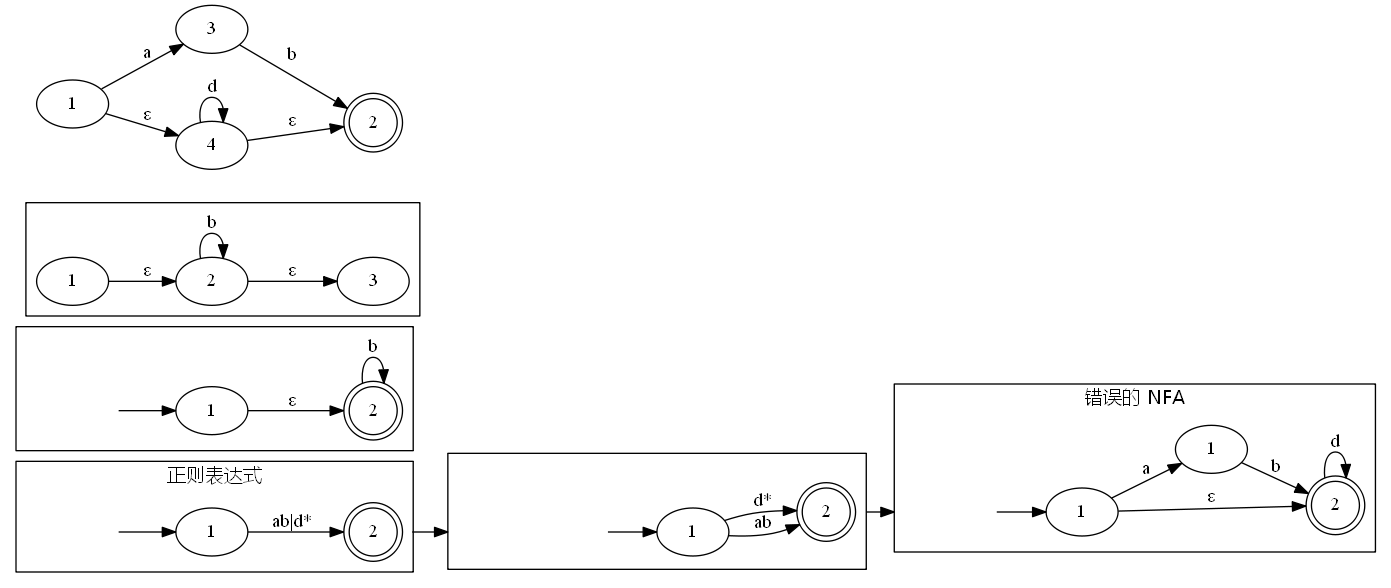
Above: img/2019/2019-03-21-re-to-nfa-wrong.png in Ynjxsjmh/ynjxsjmh.github.io (Graphviz), before the change. Its source is kept beside it as img/2019/2019-03-21-re-to-nfa-wrong.dot. The source it was exported from:
```dot
digraph G {
    rankdir = "LR";
    compound=true;
    node [type=circle];

    fontname="Microsoft Yahei"

    subgraph cluster1 {
        label = "正则表达式";
        begin1 [style=invis];
        cluster1One [label="1"];
        cluster1Two [label="2" shape=doublecircle];
        begin1 -> cluster1One;
        cluster1One -> cluster1Two [label="ab|d*"];
    }

    subgraph cluster2 {
        label = "错误的 NFA";
        cluster2One [label="1"];
        cluster2Two [label="2" shape=doublecircle];
        cluster2OnePlus [label="1"]
        begin2 [style=invis];
        begin2 -> cluster2One;

        cluster2One -> cluster2OnePlus [label="a"];
        cluster2One -> cluster2Two [label="ε"];
        cluster2OnePlus -> cluster2Two [label="b"];
        cluster2Two -> cluster2Two [label="d"];
    }

    subgraph clusterMiddle {
        beginMiddle [style=invis];
        clusterMiddleOne [label="1"];
        clusterMiddleTwo [label="2" shape="doublecircle"];
        beginMiddle -> clusterMiddleOne;
        clusterMiddleOne -> clusterMiddleTwo [label="ab"];
        clusterMiddleOne -> clusterMiddleTwo [label="d*"];
    }

    subgraph cluster3 {
        begin3 [style=invis];
        cluster3One [label="1"];
        cluster3Two [label="2" shape=doublecircle];
        begin3 -> cluster3One;
        cluster3One -> cluster3Two [label="ε"];
        cluster3Two -> cluster3Two [label="b"];
    }

    cluster1Two -> beginMiddle [ltail=cluster1 lhead=clusterMiddle];
    clusterMiddleTwo -> begin2 [ltail=clusterMiddle lhead=cluster2];


    subgraph clusterRight {
        clusterRight_one [label="1"];
        clusterRight_two [label="2"];
        clusterRight_three [label="3"];
        clusterRight_one -> clusterRight_two [label="ε"];
        clusterRight_two -> clusterRight_three [label="ε"];
        clusterRight_two -> clusterRight_two [label="b"];
    }

    subgraph NFARight {
        label = "正确的 NFA"
        NFARightOne [label="1"];
        NFARightTwo [label="2" shape=doublecircle];
        NFARightThree [label="3"];
        NFARightFour [label="4"];
        NFARightOne -> NFARightThree [label="a"];
        NFARightThree -> NFARightTwo [label="b"];
        NFARightOne -> NFARightFour [label="ε"];
        NFARightFour -> NFARightTwo [label="ε"];
        NFARightFour -> NFARightFour [label="d"];
    }

}
```
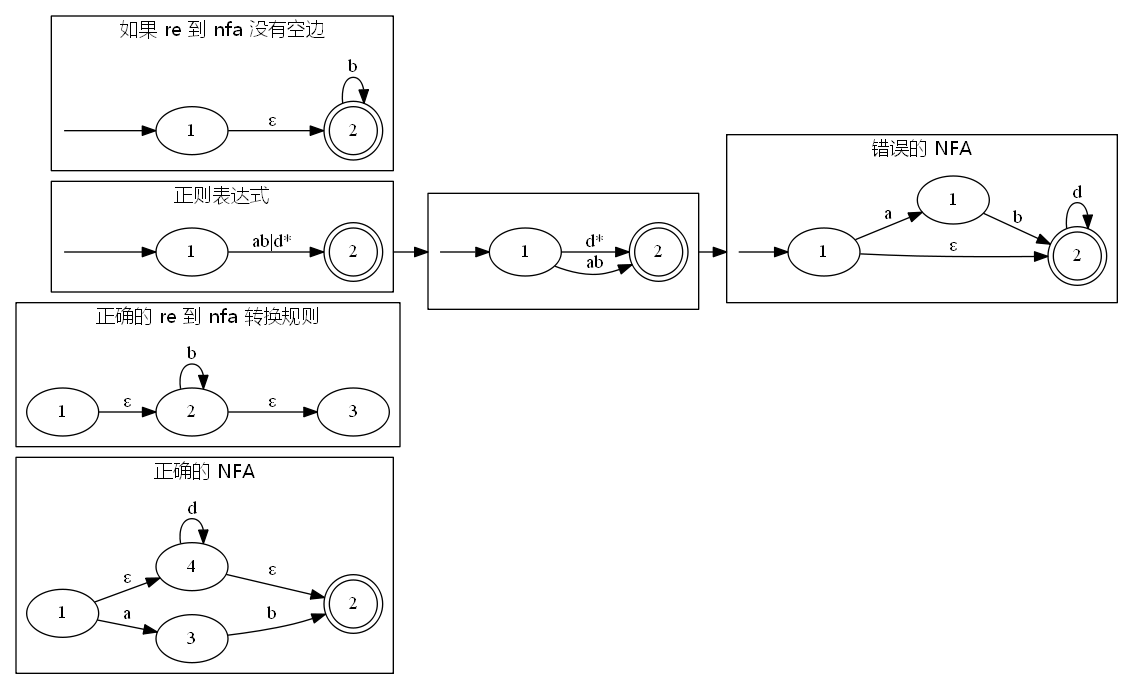
Above is the later version.

Diff of the diagram source:
```diff
@@ -5,61 +5,7 @@
 
     fontname="Microsoft Yahei"
 
-    subgraph cluster1 {
-        label = "正则表达式";
-        begin1 [style=invis];
-        cluster1One [label="1"];
-        cluster1Two [label="2" shape=doublecircle];
-        begin1 -> cluster1One;
-        cluster1One -> cluster1Two [label="ab|d*"];
-    }
-
-    subgraph cluster2 {
-        label = "错误的 NFA";
-        cluster2One [label="1"];
-        cluster2Two [label="2" shape=doublecircle];
-        cluster2OnePlus [label="1"]
-        begin2 [style=invis];
-        begin2 -> cluster2One;
-
-        cluster2One -> cluster2OnePlus [label="a"];
-        cluster2One -> cluster2Two [label="ε"];
-        cluster2OnePlus -> cluster2Two [label="b"];
-        cluster2Two -> cluster2Two [label="d"];
-    }
-
-    subgraph clusterMiddle {
-        beginMiddle [style=invis];
-        clusterMiddleOne [label="1"];
-        clusterMiddleTwo [label="2" shape="doublecircle"];
-        beginMiddle -> clusterMiddleOne;
-        clusterMiddleOne -> clusterMiddleTwo [label="ab"];
-        clusterMiddleOne -> clusterMiddleTwo [label="d*"];
-    }
-
-    subgraph cluster3 {
-        begin3 [style=invis];
-        cluster3One [label="1"];
-        cluster3Two [label="2" shape=doublecircle];
-        begin3 -> cluster3One;
-        cluster3One -> cluster3Two [label="ε"];
-        cluster3Two -> cluster3Two [label="b"];
-    }
-
-    cluster1Two -> beginMiddle [ltail=cluster1 lhead=clusterMiddle];
-    clusterMiddleTwo -> begin2 [ltail=clusterMiddle lhead=cluster2];
-
-
-    subgraph clusterRight {
-        clusterRight_one [label="1"];
-        clusterRight_two [label="2"];
-        clusterRight_three [label="3"];
-        clusterRight_one -> clusterRight_two [label="ε"];
-        clusterRight_two -> clusterRight_three [label="ε"];
-        clusterRight_two -> clusterRight_two [label="b"];
-    }
-
-    subgraph NFARight {
+    subgraph clusterNFARight {
         label = "正确的 NFA"
         NFARightOne [label="1"];
         NFARightTwo [label="2" shape=doublecircle];
@@ -72,4 +18,58 @@
         NFARightFour -> NFARightFour [label="d"];
     }
 
+    subgraph clusterRight {
+        label = "正确的 re 到 nfa 转换规则"
+        clusterRight_one [label="1"];
+        clusterRight_two [label="2"];
+        clusterRight_three [label="3"];
+        clusterRight_one -> clusterRight_two [label="ε"];
+        clusterRight_two -> clusterRight_three [label="ε"];
+        clusterRight_two -> clusterRight_two [label="b"];
+    }
+
+    subgraph cluster1 {
+        label = "正则表达式";
+        begin1 [style=invis, fixedsize=true, width=0.01];
+        cluster1One [label="1"];
+        cluster1Two [label="2" shape=doublecircle];
+        begin1 -> cluster1One;
+        cluster1One -> cluster1Two [label="ab|d*"];
+    }
+
+    subgraph cluster2 {
+        label = "错误的 NFA";
+        cluster2One [label="1"];
+        cluster2Two [label="2" shape=doublecircle];
+        cluster2OnePlus [label="1"]
+        begin2 [style=invis, fixedsize=true, width=0.01];
+        begin2 -> cluster2One;
+
+        cluster2One -> cluster2OnePlus [label="a"];
+        cluster2One -> cluster2Two [label="ε"];
+        cluster2OnePlus -> cluster2Two [label="b"];
+        cluster2Two -> cluster2Two [label="d"];
+    }
+
+    subgraph clusterMiddle {
+        beginMiddle [style=invis, fixedsize=true, width=0.01];
+        clusterMiddleOne [label="1"];
+        clusterMiddleTwo [label="2" shape="doublecircle"];
+        beginMiddle -> clusterMiddleOne;
+        clusterMiddleOne -> clusterMiddleTwo [label="ab"];
+        clusterMiddleOne -> clusterMiddleTwo [label="d*"];
+    }
+
+    subgraph cluster3 {
+        label = "如果 re 到 nfa 没有空边"
+        begin3 [style=invis, fixedsize=true, width=0.01];
+        cluster3One [label="1"];
+        cluster3Two [label="2" shape=doublecircle];
+        begin3 -> cluster3One;
+        cluster3One -> cluster3Two [label="ε"];
+        cluster3Two -> cluster3Two [label="b"];
+    }
+
+    cluster1Two -> beginMiddle [ltail=cluster1 lhead=clusterMiddle];
+    clusterMiddleTwo -> begin2 [ltail=clusterMiddle lhead=cluster2];
 }
```
